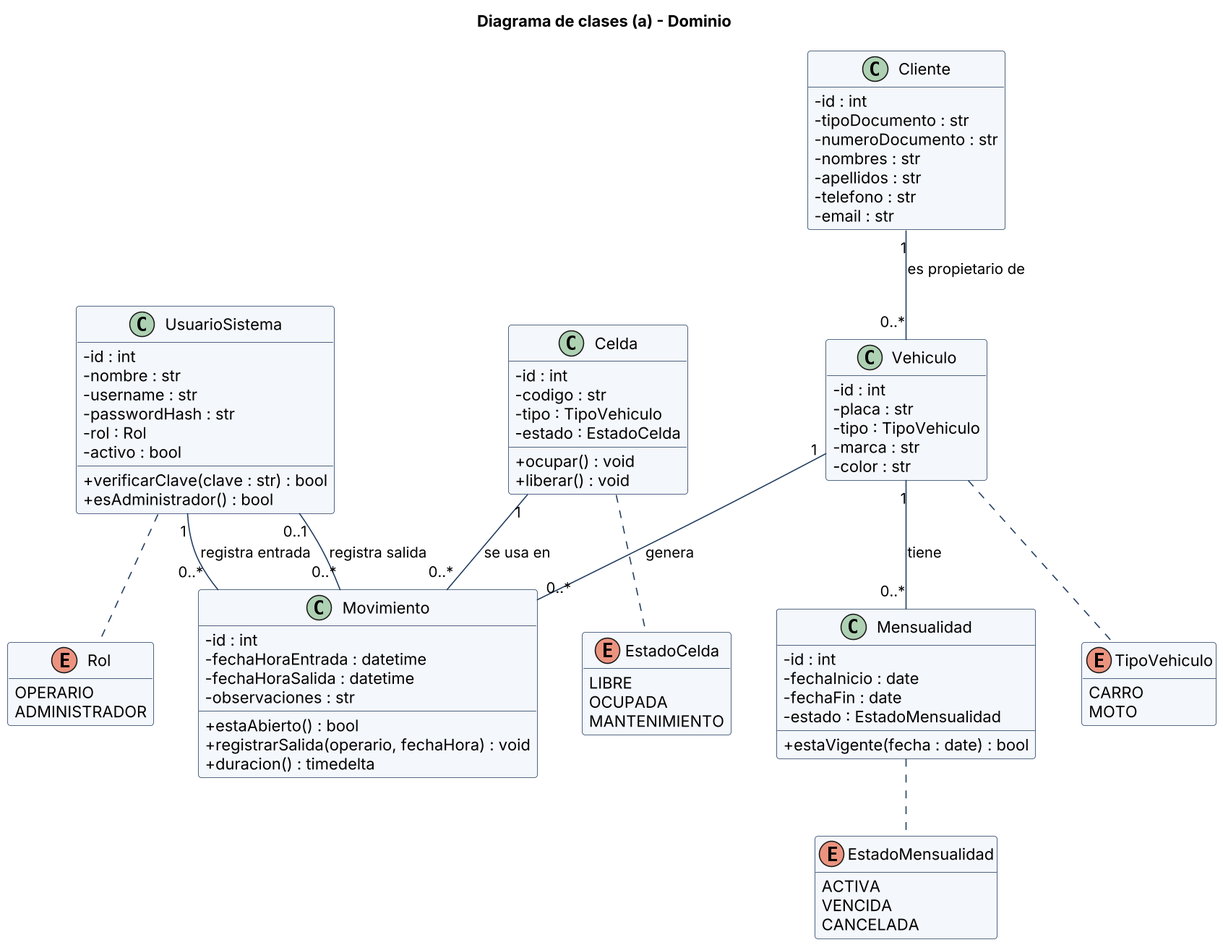
Above: diagrams/03a_clases_dominio.png in Im-Luis-SS/autos-colombia (PlantUML), before the change. Source of this version:
```plantuml
@startuml 03a_clases_dominio
skinparamlocked dpi 150
skinparam shadowing false
skinparam defaultFontName Arial
skinparam classAttributeIconSize 0
skinparam ArrowColor #1F3A5F
skinparam nodesep 40
skinparam ranksep 50
skinparam class {
  BackgroundColor #F4F7FB
  BorderColor #1F3A5F
}
hide empty members
title Diagrama de clases (a) - Dominio

enum Rol {
  OPERARIO
  ADMINISTRADOR
}
enum TipoVehiculo {
  CARRO
  MOTO
}
enum EstadoCelda {
  LIBRE
  OCUPADA
  MANTENIMIENTO
}
enum EstadoMensualidad {
  ACTIVA
  VENCIDA
  CANCELADA
}

class Cliente {
  - id : int
  - tipoDocumento : str
  - numeroDocumento : str
  - nombres : str
  - apellidos : str
  - telefono : str
  - email : str
}

class Vehiculo {
  - id : int
  - placa : str
  - tipo : TipoVehiculo
  - marca : str
  - color : str
}

class Mensualidad {
  - id : int
  - fechaInicio : date
  - fechaFin : date
  - estado : EstadoMensualidad
  + estaVigente(fecha : date) : bool
}

class Celda {
  - id : int
  - codigo : str
  - tipo : TipoVehiculo
  - estado : EstadoCelda
  + ocupar() : void
  + liberar() : void
}

class Movimiento {
  - id : int
  - fechaHoraEntrada : datetime
  - fechaHoraSalida : datetime
  - observaciones : str
  + estaAbierto() : bool
  + registrarSalida(operario, fechaHora) : void
  + duracion() : timedelta
}

class UsuarioSistema {
  - id : int
  - nombre : str
  - username : str
  - passwordHash : str
  - rol : Rol
  - activo : bool
  + verificarClave(clave : str) : bool
  + esAdministrador() : bool
}

Cliente "1" -- "0..*" Vehiculo : es propietario de
Vehiculo "1" -- "0..*" Mensualidad : tiene
Vehiculo "1" -- "0..*" Movimiento : genera
Celda "1" -- "0..*" Movimiento : se usa en
UsuarioSistema "1" -- "0..*" Movimiento : registra entrada
UsuarioSistema "0..1" -- "0..*" Movimiento : registra salida

Vehiculo .. TipoVehiculo
Celda .. EstadoCelda
Mensualidad .. EstadoMensualidad
UsuarioSistema .. Rol
@enduml
```
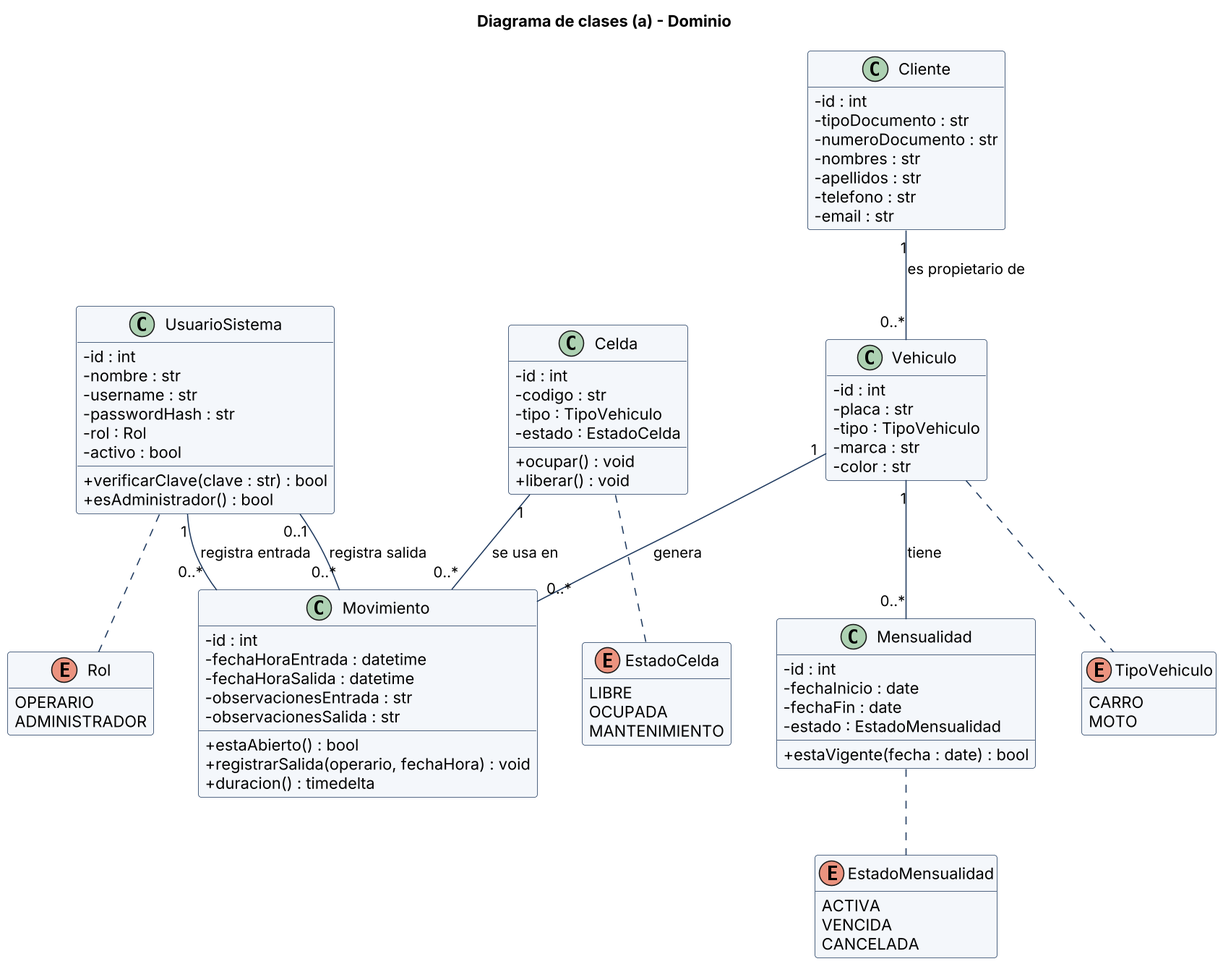
Above is the later version.

Change to the diagram source:
```diff
@@ -71,7 +71,8 @@
   - id : int
   - fechaHoraEntrada : datetime
   - fechaHoraSalida : datetime
-  - observaciones : str
+  - observacionesEntrada : str
+  - observacionesSalida : str
   + estaAbierto() : bool
   + registrarSalida(operario, fechaHora) : void
   + duracion() : timedelta
```
